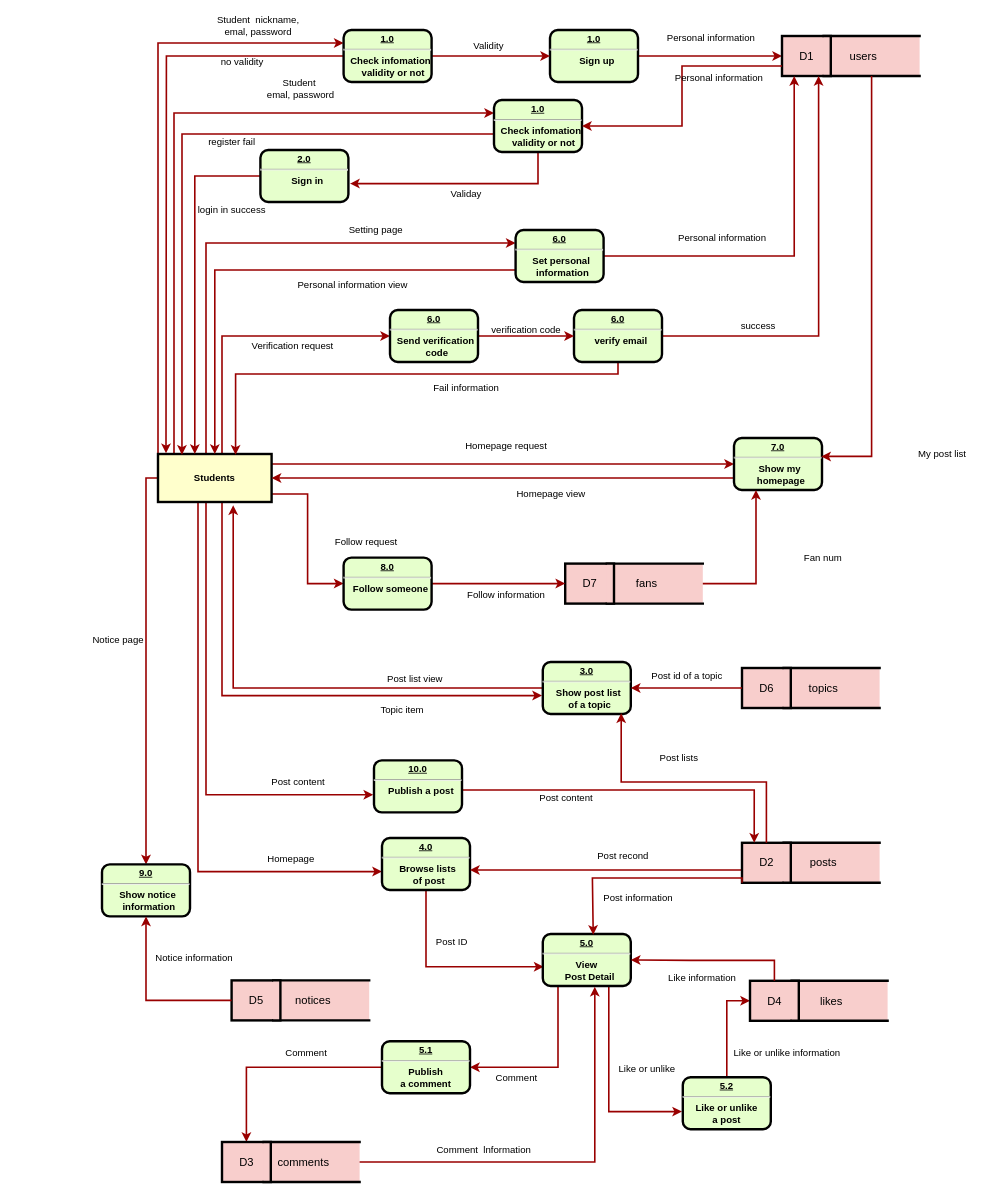
The draw.io diagram docs/dfd.drawio in loveagri/zhihu, before the edit. Source tidied: cells renumbered, new cells numbered last; positions are measured from the earlier drawing's top-left corner, leaving out a move shared by most shapes. Both pictures are drawn from the tidied source at 80%, with x=0, y=0 at pixel (86, 14).
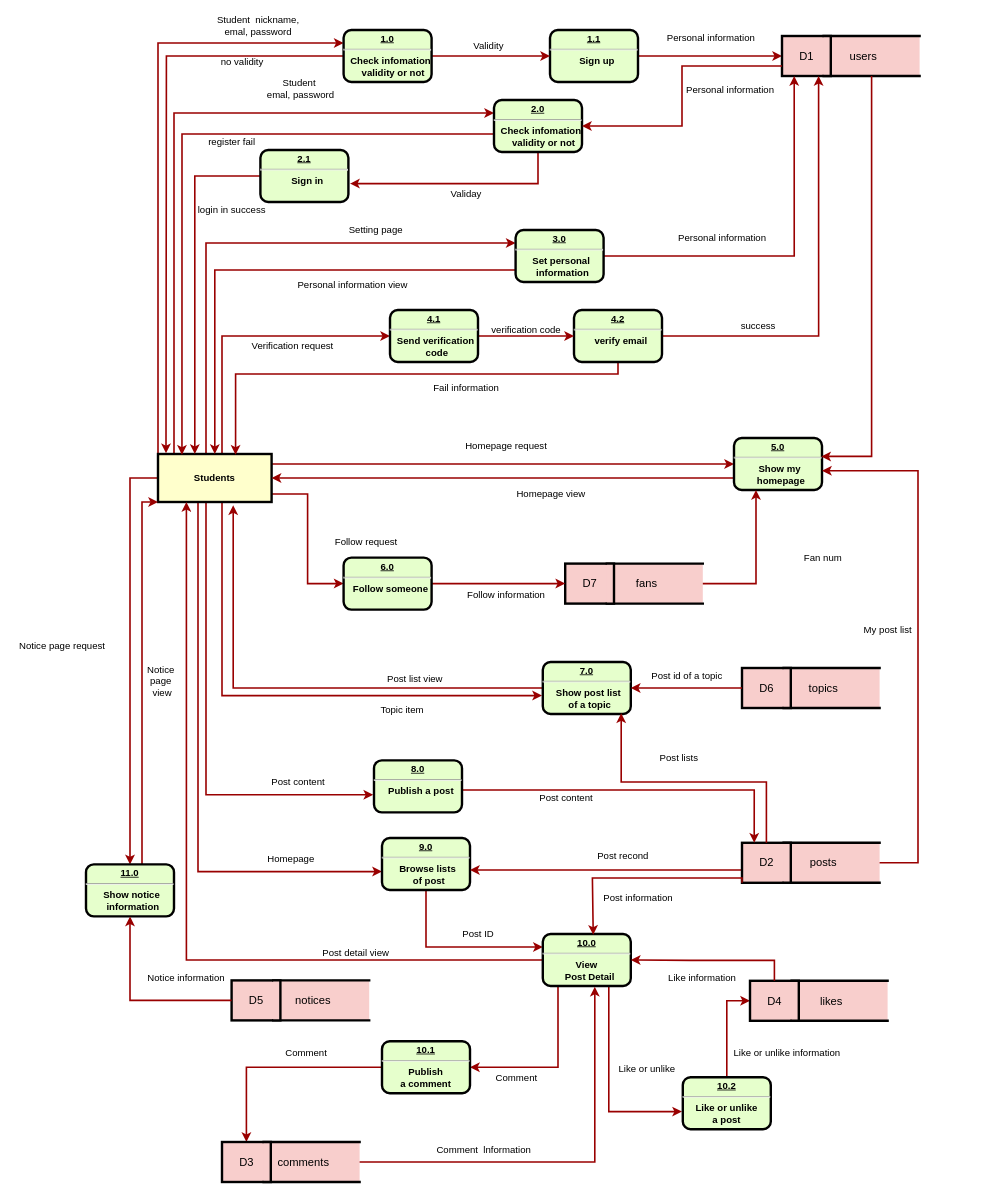
Above is the later version.

The change refers to these unchanged cells:
```xml
<mxCell id="12" value="Students" style="whiteSpace=wrap;align=center;verticalAlign=middle;fontStyle=1;strokeWidth=3;fillColor=#FFFFCC;" parent="1" vertex="1">
  <mxGeometry x="90" y="550" width="142" height="60" as="geometry" />
</mxCell>
<mxCell id="42" style="shape=partialRectangle;whiteSpace=wrap;html=1;left=0;right=0;fillColor=#f8cecc;strokeColor=#000000;strokeWidth=3;" parent="40" vertex="1">
  <mxGeometry x="52" width="120" height="50" as="geometry" />
</mxCell>
```

The edit, as a diff of the source:
```diff
@@
     <mxCell id="2" style="edgeStyle=orthogonalEdgeStyle;rounded=0;jettySize=auto;html=1;entryX=0.5;entryY=0;entryDx=0;entryDy=0;strokeColor=#990000;strokeWidth=2;" parent="1" edge="1" source="12" target="115">
       <mxGeometry relative="1" as="geometry">
         <Array as="points">
-          <mxPoint x="75" y="580" />
+          <mxPoint x="55" y="580" />
         </Array>
       </mxGeometry>
     </mxCell>
@@
-    <mxCell id="14" value="&lt;p style=&quot;margin: 0px ; margin-top: 4px ; text-align: center ; text-decoration: underline&quot;&gt;&lt;strong&gt;1.0&lt;/strong&gt;&lt;/p&gt;&lt;hr&gt;&lt;p style=&quot;margin: 0px ; margin-left: 8px&quot;&gt;Sign up&lt;/p&gt;" style="verticalAlign=middle;align=center;overflow=fill;fontSize=12;fontFamily=Helvetica;html=1;rounded=1;fontStyle=1;strokeWidth=3;fillColor=#E6FFCC;" parent="1" vertex="1">
+    <mxCell id="14" value="&lt;p style=&quot;margin: 0px ; margin-top: 4px ; text-align: center ; text-decoration: underline&quot;&gt;&lt;strong&gt;1.1&lt;/strong&gt;&lt;/p&gt;&lt;hr&gt;&lt;p style=&quot;margin: 0px ; margin-left: 8px&quot;&gt;Sign up&lt;/p&gt;" style="verticalAlign=middle;align=center;overflow=fill;fontSize=12;fontFamily=Helvetica;html=1;rounded=1;fontStyle=1;strokeWidth=3;fillColor=#E6FFCC;" parent="1" vertex="1">
       <mxGeometry x="580" y="20" width="110" height="65" as="geometry" />
     </mxCell>
@@
-    <mxCell id="24" value="&lt;p style=&quot;margin: 0px ; margin-top: 4px ; text-align: center ; text-decoration: underline&quot;&gt;&lt;strong&gt;2.0&lt;/strong&gt;&lt;/p&gt;&lt;hr&gt;&lt;p style=&quot;margin: 0px ; margin-left: 8px&quot;&gt;Sign in&lt;/p&gt;" style="verticalAlign=middle;align=center;overflow=fill;fontSize=12;fontFamily=Helvetica;html=1;rounded=1;fontStyle=1;strokeWidth=3;fillColor=#E6FFCC;" parent="1" vertex="1">
+    <mxCell id="24" value="&lt;p style=&quot;margin: 0px ; margin-top: 4px ; text-align: center ; text-decoration: underline&quot;&gt;&lt;strong&gt;2.1&lt;/strong&gt;&lt;/p&gt;&lt;hr&gt;&lt;p style=&quot;margin: 0px ; margin-left: 8px&quot;&gt;Sign in&lt;/p&gt;" style="verticalAlign=middle;align=center;overflow=fill;fontSize=12;fontFamily=Helvetica;html=1;rounded=1;fontStyle=1;strokeWidth=3;fillColor=#E6FFCC;" parent="1" vertex="1">
       <mxGeometry x="218" y="170" width="110" height="65" as="geometry" />
     </mxCell>
@@
-    <mxCell id="27" style="edgeStyle=orthogonalEdgeStyle;rounded=0;jettySize=auto;html=1;entryX=0.009;entryY=0.631;entryDx=0;entryDy=0;entryPerimeter=0;strokeColor=#990000;strokeWidth=2;" parent="1" edge="1" source="28" target="35">
+    <mxCell id="27" style="edgeStyle=orthogonalEdgeStyle;rounded=0;jettySize=auto;html=1;entryX=0;entryY=0.25;entryDx=0;entryDy=0;strokeColor=#990000;strokeWidth=2;" parent="1" edge="1" source="28" target="35">
       <mxGeometry relative="1" as="geometry">
         <Array as="points">
-          <mxPoint x="425" y="1191" />
+          <mxPoint x="425" y="1166" />
         </Array>
       </mxGeometry>
     </mxCell>
-    <mxCell id="28" value="&lt;p style=&quot;margin: 0px ; margin-top: 4px ; text-align: center ; text-decoration: underline&quot;&gt;&lt;strong&gt;4.0&lt;/strong&gt;&lt;/p&gt;&lt;hr&gt;&lt;p style=&quot;margin: 0px ; margin-left: 8px&quot;&gt;Browse lists&amp;nbsp;&lt;/p&gt;&lt;p style=&quot;margin: 0px ; margin-left: 8px&quot;&gt;of post&lt;/p&gt;" style="verticalAlign=middle;align=center;overflow=fill;fontSize=12;fontFamily=Helvetica;html=1;rounded=1;fontStyle=1;strokeWidth=3;fillColor=#E6FFCC;" parent="1" vertex="1">
+    <mxCell id="28" value="&lt;p style=&quot;margin: 0px ; margin-top: 4px ; text-align: center ; text-decoration: underline&quot;&gt;9.0&lt;/p&gt;&lt;hr&gt;&lt;p style=&quot;margin: 0px ; margin-left: 8px&quot;&gt;Browse lists&amp;nbsp;&lt;/p&gt;&lt;p style=&quot;margin: 0px ; margin-left: 8px&quot;&gt;of post&lt;/p&gt;" style="verticalAlign=middle;align=center;overflow=fill;fontSize=12;fontFamily=Helvetica;html=1;rounded=1;fontStyle=1;strokeWidth=3;fillColor=#E6FFCC;" parent="1" vertex="1">
       <mxGeometry x="370" y="1030" width="110" height="65" as="geometry" />
     </mxCell>
@@
     <mxCell id="32" value="Post ID" style="text;html=1;align=center;verticalAlign=middle;" parent="1" vertex="1">
-      <mxGeometry x="432" y="1150" width="50" height="20" as="geometry" />
+      <mxGeometry x="465" y="1140" width="50" height="20" as="geometry" />
     </mxCell>
@@
+    <mxCell id="156" style="edgeStyle=orthogonalEdgeStyle;rounded=0;jettySize=auto;html=1;entryX=0.25;entryY=1;entryDx=0;entryDy=0;strokeColor=#990000;strokeWidth=2;" parent="1" edge="1" source="35" target="12">
+      <mxGeometry relative="1" as="geometry" />
+    </mxCell>
-    <mxCell id="35" value="&lt;p style=&quot;margin: 0px ; margin-top: 4px ; text-align: center ; text-decoration: underline&quot;&gt;&lt;strong&gt;5.0&lt;/strong&gt;&lt;/p&gt;&lt;hr&gt;&lt;strong&gt;View&lt;/strong&gt;&lt;p style=&quot;margin: 0px ; margin-left: 8px&quot;&gt;Post Detail&lt;/p&gt;" style="verticalAlign=middle;align=center;overflow=fill;fontSize=12;fontFamily=Helvetica;html=1;rounded=1;fontStyle=1;strokeWidth=3;fillColor=#E6FFCC;" parent="1" vertex="1">
+    <mxCell id="35" value="&lt;p style=&quot;margin: 0px ; margin-top: 4px ; text-align: center ; text-decoration: underline&quot;&gt;10.0&lt;/p&gt;&lt;hr&gt;&lt;strong&gt;View&lt;/strong&gt;&lt;p style=&quot;margin: 0px ; margin-left: 8px&quot;&gt;Post Detail&lt;/p&gt;" style="verticalAlign=middle;align=center;overflow=fill;fontSize=12;fontFamily=Helvetica;html=1;rounded=1;fontStyle=1;strokeWidth=3;fillColor=#E6FFCC;" parent="1" vertex="1">
       <mxGeometry x="571" y="1150" width="110" height="65" as="geometry" />
     </mxCell>
@@
-    <mxCell id="38" value="&lt;p style=&quot;margin: 0px ; margin-top: 4px ; text-align: center ; text-decoration: underline&quot;&gt;&lt;strong&gt;5.1&lt;/strong&gt;&lt;/p&gt;&lt;hr&gt;&lt;strong&gt;Publish &lt;br&gt;a comment&lt;br&gt;&lt;/strong&gt;" style="verticalAlign=middle;align=center;overflow=fill;fontSize=12;fontFamily=Helvetica;html=1;rounded=1;fontStyle=1;strokeWidth=3;fillColor=#E6FFCC;" parent="1" vertex="1">
+    <mxCell id="38" value="&lt;p style=&quot;margin: 0px ; margin-top: 4px ; text-align: center ; text-decoration: underline&quot;&gt;10.1&lt;/p&gt;&lt;hr&gt;&lt;strong&gt;Publish &lt;br&gt;a comment&lt;br&gt;&lt;/strong&gt;" style="verticalAlign=middle;align=center;overflow=fill;fontSize=12;fontFamily=Helvetica;html=1;rounded=1;fontStyle=1;strokeWidth=3;fillColor=#E6FFCC;" parent="1" vertex="1">
       <mxGeometry x="370" y="1284" width="110" height="65" as="geometry" />
     </mxCell>
@@
-    <mxCell id="48" value="&lt;p style=&quot;margin: 0px ; margin-top: 4px ; text-align: center ; text-decoration: underline&quot;&gt;5.2&lt;/p&gt;&lt;hr&gt;&lt;strong&gt;Like or unlike&lt;br&gt;a post&lt;br&gt;&lt;/strong&gt;" style="verticalAlign=middle;align=center;overflow=fill;fontSize=12;fontFamily=Helvetica;html=1;rounded=1;fontStyle=1;strokeWidth=3;fillColor=#E6FFCC;" parent="1" vertex="1">
+    <mxCell id="48" value="&lt;p style=&quot;margin: 0px ; margin-top: 4px ; text-align: center ; text-decoration: underline&quot;&gt;10.2&lt;/p&gt;&lt;hr&gt;&lt;strong&gt;Like or unlike&lt;br&gt;a post&lt;br&gt;&lt;/strong&gt;" style="verticalAlign=middle;align=center;overflow=fill;fontSize=12;fontFamily=Helvetica;html=1;rounded=1;fontStyle=1;strokeWidth=3;fillColor=#E6FFCC;" parent="1" vertex="1">
       <mxGeometry x="746" y="1329" width="110" height="65" as="geometry" />
     </mxCell>
@@
-    <mxCell id="55" value="&lt;p style=&quot;margin: 0px ; margin-top: 4px ; text-align: center ; text-decoration: underline&quot;&gt;&lt;strong&gt;6.0&lt;/strong&gt;&lt;/p&gt;&lt;hr&gt;&lt;p style=&quot;margin: 0px ; margin-left: 8px&quot;&gt;Set personal&amp;nbsp;&lt;/p&gt;&lt;p style=&quot;margin: 0px ; margin-left: 8px&quot;&gt;information&lt;/p&gt;" style="verticalAlign=middle;align=center;overflow=fill;fontSize=12;fontFamily=Helvetica;html=1;rounded=1;fontStyle=1;strokeWidth=3;fillColor=#E6FFCC;" parent="1" vertex="1">
+    <mxCell id="55" value="&lt;p style=&quot;margin: 0px ; margin-top: 4px ; text-align: center ; text-decoration: underline&quot;&gt;3.0&lt;/p&gt;&lt;hr&gt;&lt;p style=&quot;margin: 0px ; margin-left: 8px&quot;&gt;Set personal&amp;nbsp;&lt;/p&gt;&lt;p style=&quot;margin: 0px ; margin-left: 8px&quot;&gt;information&lt;/p&gt;" style="verticalAlign=middle;align=center;overflow=fill;fontSize=12;fontFamily=Helvetica;html=1;rounded=1;fontStyle=1;strokeWidth=3;fillColor=#E6FFCC;" parent="1" vertex="1">
       <mxGeometry x="537" y="270" width="110" height="65" as="geometry" />
     </mxCell>
@@
-    <mxCell id="58" value="&lt;p style=&quot;margin: 0px ; margin-top: 4px ; text-align: center ; text-decoration: underline&quot;&gt;&lt;strong&gt;7.0&lt;/strong&gt;&lt;/p&gt;&lt;hr&gt;&lt;p style=&quot;margin: 0px ; margin-left: 8px&quot;&gt;Show my&amp;nbsp;&lt;/p&gt;&lt;p style=&quot;margin: 0px ; margin-left: 8px&quot;&gt;homepage&lt;/p&gt;" style="verticalAlign=middle;align=center;overflow=fill;fontSize=12;fontFamily=Helvetica;html=1;rounded=1;fontStyle=1;strokeWidth=3;fillColor=#E6FFCC;" parent="1" vertex="1">
+    <mxCell id="58" value="&lt;p style=&quot;margin: 0px ; margin-top: 4px ; text-align: center ; text-decoration: underline&quot;&gt;5.0&lt;/p&gt;&lt;hr&gt;&lt;p style=&quot;margin: 0px ; margin-left: 8px&quot;&gt;Show my&amp;nbsp;&lt;/p&gt;&lt;p style=&quot;margin: 0px ; margin-left: 8px&quot;&gt;homepage&lt;/p&gt;" style="verticalAlign=middle;align=center;overflow=fill;fontSize=12;fontFamily=Helvetica;html=1;rounded=1;fontStyle=1;strokeWidth=3;fillColor=#E6FFCC;" parent="1" vertex="1">
       <mxGeometry x="810" y="530" width="110" height="65" as="geometry" />
     </mxCell>
@@
-    <mxCell id="103" value="&lt;p style=&quot;margin: 0px ; margin-top: 4px ; text-align: center ; text-decoration: underline&quot;&gt;&lt;strong&gt;3.0&lt;/strong&gt;&lt;/p&gt;&lt;hr&gt;&lt;p style=&quot;margin: 0px ; margin-left: 8px&quot;&gt;Show post list&amp;nbsp;&lt;/p&gt;&lt;p style=&quot;margin: 0px ; margin-left: 8px&quot;&gt;of a topic&lt;/p&gt;" style="verticalAlign=middle;align=center;overflow=fill;fontSize=12;fontFamily=Helvetica;html=1;rounded=1;fontStyle=1;strokeWidth=3;fillColor=#E6FFCC;" parent="1" vertex="1">
+    <mxCell id="103" value="&lt;p style=&quot;margin: 0px ; margin-top: 4px ; text-align: center ; text-decoration: underline&quot;&gt;7.0&lt;/p&gt;&lt;hr&gt;&lt;p style=&quot;margin: 0px ; margin-left: 8px&quot;&gt;Show post list&amp;nbsp;&lt;/p&gt;&lt;p style=&quot;margin: 0px ; margin-left: 8px&quot;&gt;of a topic&lt;/p&gt;" style="verticalAlign=middle;align=center;overflow=fill;fontSize=12;fontFamily=Helvetica;html=1;rounded=1;fontStyle=1;strokeWidth=3;fillColor=#E6FFCC;" parent="1" vertex="1">
       <mxGeometry x="571" y="810" width="110" height="65" as="geometry" />
     </mxCell>
@@
     <mxCell id="108" value="My post list" style="text;html=1;align=center;verticalAlign=middle;" parent="1" vertex="1">
-      <mxGeometry x="1030" y="540" width="80" height="20" as="geometry" />
+      <mxGeometry x="962" y="760" width="80" height="20" as="geometry" />
     </mxCell>
@@
-    <mxCell id="113" value="&lt;p style=&quot;margin: 0px ; margin-top: 4px ; text-align: center ; text-decoration: underline&quot;&gt;&lt;strong&gt;8.0&lt;/strong&gt;&lt;/p&gt;&lt;hr&gt;&lt;p style=&quot;margin: 0px ; margin-left: 8px&quot;&gt;Follow someone&lt;/p&gt;" style="verticalAlign=middle;align=center;overflow=fill;fontSize=12;fontFamily=Helvetica;html=1;rounded=1;fontStyle=1;strokeWidth=3;fillColor=#E6FFCC;" parent="1" vertex="1">
+    <mxCell id="113" value="&lt;p style=&quot;margin: 0px ; margin-top: 4px ; text-align: center ; text-decoration: underline&quot;&gt;6.0&lt;/p&gt;&lt;hr&gt;&lt;p style=&quot;margin: 0px ; margin-left: 8px&quot;&gt;Follow someone&lt;/p&gt;" style="verticalAlign=middle;align=center;overflow=fill;fontSize=12;fontFamily=Helvetica;html=1;rounded=1;fontStyle=1;strokeWidth=3;fillColor=#E6FFCC;" parent="1" vertex="1">
       <mxGeometry x="322" y="679.5" width="110" height="65" as="geometry" />
     </mxCell>
@@
+    <mxCell id="157" style="edgeStyle=orthogonalEdgeStyle;rounded=0;jettySize=auto;html=1;entryX=0;entryY=1;entryDx=0;entryDy=0;strokeColor=#990000;strokeWidth=2;" parent="1" edge="1" source="115" target="12">
+      <mxGeometry relative="1" as="geometry">
+        <Array as="points">
+          <mxPoint x="70" y="610" />
+        </Array>
+      </mxGeometry>
+    </mxCell>
-    <mxCell id="115" value="&lt;p style=&quot;margin: 0px ; margin-top: 4px ; text-align: center ; text-decoration: underline&quot;&gt;&lt;strong&gt;9.0&lt;/strong&gt;&lt;/p&gt;&lt;hr&gt;&lt;p style=&quot;margin: 0px ; margin-left: 8px&quot;&gt;Show notice&amp;nbsp;&lt;/p&gt;&lt;p style=&quot;margin: 0px ; margin-left: 8px&quot;&gt;information&lt;/p&gt;" style="verticalAlign=middle;align=center;overflow=fill;fontSize=12;fontFamily=Helvetica;html=1;rounded=1;fontStyle=1;strokeWidth=3;fillColor=#E6FFCC;" parent="1" vertex="1">
-      <mxGeometry x="20" y="1063" width="110" height="65" as="geometry" />
+    <mxCell id="115" value="&lt;p style=&quot;margin: 0px ; margin-top: 4px ; text-align: center ; text-decoration: underline&quot;&gt;&lt;strong&gt;11.0&lt;/strong&gt;&lt;/p&gt;&lt;hr&gt;&lt;p style=&quot;margin: 0px ; margin-left: 8px&quot;&gt;Show notice&amp;nbsp;&lt;/p&gt;&lt;p style=&quot;margin: 0px ; margin-left: 8px&quot;&gt;information&lt;/p&gt;" style="verticalAlign=middle;align=center;overflow=fill;fontSize=12;fontFamily=Helvetica;html=1;rounded=1;fontStyle=1;strokeWidth=3;fillColor=#E6FFCC;" parent="1" vertex="1">
+      <mxGeometry y="1063" width="110" height="65" as="geometry" />
     </mxCell>
@@
-    <mxCell id="117" value="Notice page" style="text;html=1;align=center;verticalAlign=middle;" parent="1" vertex="1">
-      <mxGeometry y="772.5" width="80" height="20" as="geometry" />
+    <mxCell id="117" value="Notice page request" style="text;html=1;align=center;verticalAlign=middle;" parent="1" vertex="1">
+      <mxGeometry x="-90" y="780" width="120" height="20" as="geometry" />
     </mxCell>
     <mxCell id="118" value="Notice information" style="text;html=1;align=center;verticalAlign=middle;" parent="1" vertex="1">
-      <mxGeometry x="80" y="1170" width="110" height="20" as="geometry" />
+      <mxGeometry x="70" y="1195" width="110" height="20" as="geometry" />
     </mxCell>
@@
-    <mxCell id="120" value="&lt;p style=&quot;margin: 0px ; margin-top: 4px ; text-align: center ; text-decoration: underline&quot;&gt;&lt;strong&gt;10.0&lt;/strong&gt;&lt;/p&gt;&lt;hr&gt;&lt;p style=&quot;margin: 0px ; margin-left: 8px&quot;&gt;Publish a post&lt;/p&gt;" style="verticalAlign=middle;align=center;overflow=fill;fontSize=12;fontFamily=Helvetica;html=1;rounded=1;fontStyle=1;strokeWidth=3;fillColor=#E6FFCC;" parent="1" vertex="1">
+    <mxCell id="120" value="&lt;p style=&quot;margin: 0px ; margin-top: 4px ; text-align: center ; text-decoration: underline&quot;&gt;8.0&lt;/p&gt;&lt;hr&gt;&lt;p style=&quot;margin: 0px ; margin-left: 8px&quot;&gt;Publish a post&lt;/p&gt;" style="verticalAlign=middle;align=center;overflow=fill;fontSize=12;fontFamily=Helvetica;html=1;rounded=1;fontStyle=1;strokeWidth=3;fillColor=#E6FFCC;" parent="1" vertex="1">
       <mxGeometry x="360" y="933" width="110" height="65" as="geometry" />
     </mxCell>
@@
-    <mxCell id="132" value="&lt;p style=&quot;margin: 0px ; margin-top: 4px ; text-align: center ; text-decoration: underline&quot;&gt;&lt;strong&gt;1.0&lt;/strong&gt;&lt;/p&gt;&lt;hr&gt;&lt;p style=&quot;margin: 0px ; margin-left: 8px&quot;&gt;Check infomation&lt;/p&gt;&lt;p style=&quot;margin: 0px ; margin-left: 8px&quot;&gt;&amp;nbsp; validity or not&lt;/p&gt;" style="verticalAlign=middle;align=center;overflow=fill;fontSize=12;fontFamily=Helvetica;html=1;rounded=1;fontStyle=1;strokeWidth=3;fillColor=#E6FFCC;" parent="1" vertex="1">
+    <mxCell id="132" value="&lt;p style=&quot;margin: 0px ; margin-top: 4px ; text-align: center ; text-decoration: underline&quot;&gt;2.0&lt;/p&gt;&lt;hr&gt;&lt;p style=&quot;margin: 0px ; margin-left: 8px&quot;&gt;Check infomation&lt;/p&gt;&lt;p style=&quot;margin: 0px ; margin-left: 8px&quot;&gt;&amp;nbsp; validity or not&lt;/p&gt;" style="verticalAlign=middle;align=center;overflow=fill;fontSize=12;fontFamily=Helvetica;html=1;rounded=1;fontStyle=1;strokeWidth=3;fillColor=#E6FFCC;" parent="1" vertex="1">
       <mxGeometry x="510" y="107.5" width="110" height="65" as="geometry" />
     </mxCell>
@@
     <mxCell id="134" value="Personal information" style="text;html=1;align=center;verticalAlign=middle;" parent="1" vertex="1">
-      <mxGeometry x="726" y="70" width="130" height="20" as="geometry" />
+      <mxGeometry x="740" y="85" width="130" height="20" as="geometry" />
     </mxCell>
@@
-    <mxCell id="149" value="&lt;p style=&quot;margin: 0px ; margin-top: 4px ; text-align: center ; text-decoration: underline&quot;&gt;&lt;strong&gt;6.0&lt;/strong&gt;&lt;/p&gt;&lt;hr&gt;&lt;p style=&quot;margin: 0px ; margin-left: 8px&quot;&gt;verify email&lt;/p&gt;" style="verticalAlign=middle;align=center;overflow=fill;fontSize=12;fontFamily=Helvetica;html=1;rounded=1;fontStyle=1;strokeWidth=3;fillColor=#E6FFCC;" parent="1" vertex="1">
+    <mxCell id="149" value="&lt;p style=&quot;margin: 0px ; margin-top: 4px ; text-align: center ; text-decoration: underline&quot;&gt;4.2&lt;/p&gt;&lt;hr&gt;&lt;p style=&quot;margin: 0px ; margin-left: 8px&quot;&gt;verify email&lt;/p&gt;" style="verticalAlign=middle;align=center;overflow=fill;fontSize=12;fontFamily=Helvetica;html=1;rounded=1;fontStyle=1;strokeWidth=3;fillColor=#E6FFCC;" parent="1" vertex="1">
       <mxGeometry x="610" y="370" width="110" height="65" as="geometry" />
     </mxCell>
@@
-    <mxCell id="151" value="&lt;p style=&quot;margin: 0px ; margin-top: 4px ; text-align: center ; text-decoration: underline&quot;&gt;&lt;strong&gt;6.0&lt;/strong&gt;&lt;/p&gt;&lt;hr&gt;&lt;p style=&quot;margin: 0px ; margin-left: 8px&quot;&gt;Send verification&amp;nbsp;&lt;/p&gt;&lt;p style=&quot;margin: 0px ; margin-left: 8px&quot;&gt;code&lt;/p&gt;" style="verticalAlign=middle;align=center;overflow=fill;fontSize=12;fontFamily=Helvetica;html=1;rounded=1;fontStyle=1;strokeWidth=3;fillColor=#E6FFCC;" parent="1" vertex="1">
+    <mxCell id="151" value="&lt;p style=&quot;margin: 0px ; margin-top: 4px ; text-align: center ; text-decoration: underline&quot;&gt;4.1&lt;/p&gt;&lt;hr&gt;&lt;p style=&quot;margin: 0px ; margin-left: 8px&quot;&gt;Send verification&amp;nbsp;&lt;/p&gt;&lt;p style=&quot;margin: 0px ; margin-left: 8px&quot;&gt;code&lt;/p&gt;" style="verticalAlign=middle;align=center;overflow=fill;fontSize=12;fontFamily=Helvetica;html=1;rounded=1;fontStyle=1;strokeWidth=3;fillColor=#E6FFCC;" parent="1" vertex="1">
       <mxGeometry x="380" y="370" width="110" height="65" as="geometry" />
     </mxCell>
@@
+    <mxCell id="158" style="edgeStyle=orthogonalEdgeStyle;rounded=0;jettySize=auto;html=1;entryX=1;entryY=0.631;entryDx=0;entryDy=0;entryPerimeter=0;strokeColor=#990000;strokeWidth=2;" parent="1" edge="1" source="42" target="58">
+      <mxGeometry relative="1" as="geometry">
+        <Array as="points">
+          <mxPoint x="1040" y="1061" />
+          <mxPoint x="1040" y="571" />
+        </Array>
+      </mxGeometry>
+    </mxCell>
+    <mxCell id="159" value="Notice&amp;nbsp;&lt;br&gt;page&amp;nbsp;&lt;br&gt;view" style="text;html=1;align=center;verticalAlign=middle;" parent="1" vertex="1">
+      <mxGeometry x="70" y="809" width="50" height="50" as="geometry" />
+    </mxCell>
+    <mxCell id="160" value="Post detail view" style="text;html=1;align=center;verticalAlign=middle;" parent="1" vertex="1">
+      <mxGeometry x="287" y="1164" width="100" height="20" as="geometry" />
+    </mxCell>
```
